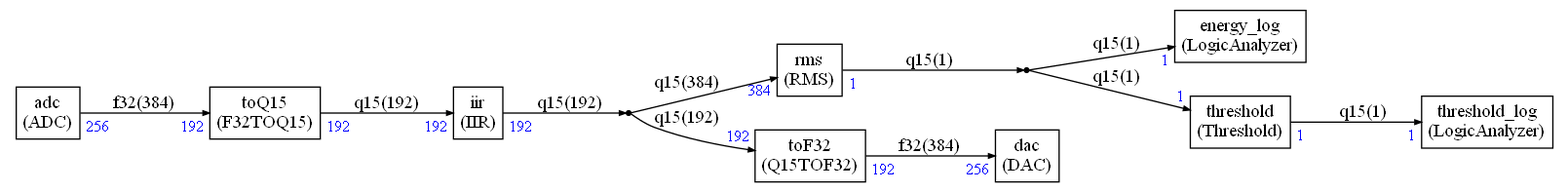
Arm-Examples/CMSIS-Stream-PoC keeps this Graphviz diagram as ComputeGraph/Pictures/graph_with_higher_latency.png. Above is the earlier version. Its source is kept beside it as ComputeGraph/Pictures/graph_with_higher_latency.dot.
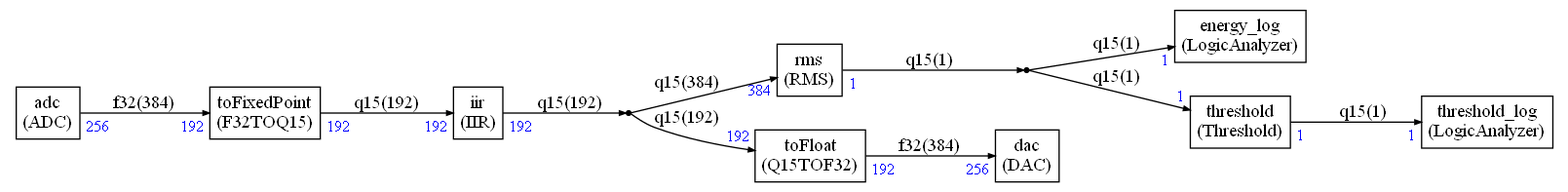
After the change.

Diff of the diagram source:
```diff
@@ -58,35 +58,35 @@
   </TR>
 </TABLE>>];
 
-toF32 [label=<
+toFixedPoint [label=<
 <TABLE BORDER="0" CELLBORDER="1" CELLSPACING="0" CELLPADDING="4">
   <TR>
-    <TD ALIGN="CENTER" PORT="i">toF32<BR/>(Q15TOF32)</TD>
+    <TD ALIGN="CENTER" PORT="i">toFixedPoint<BR/>(F32TOQ15)</TD>
   </TR>
 </TABLE>>];
 
-toQ15 [label=<
+toFloat [label=<
 <TABLE BORDER="0" CELLBORDER="1" CELLSPACING="0" CELLPADDING="4">
   <TR>
-    <TD ALIGN="CENTER" PORT="i">toQ15<BR/>(F32TOQ15)</TD>
+    <TD ALIGN="CENTER" PORT="i">toFloat<BR/>(Q15TOF32)</TD>
   </TR>
 </TABLE>>];
 
 
 
-adc:i -> toQ15:i [label="f32(384)"
+adc:i -> toFixedPoint:i [label="f32(384)"
 ,headlabel=<<TABLE BORDER="0" CELLPADDING="2"><TR><TD><FONT COLOR="blue" POINT-SIZE="12.0" >192</FONT>
 </TD></TR></TABLE>>
 ,taillabel=<<TABLE BORDER="0" CELLPADDING="2"><TR><TD><FONT COLOR="blue" POINT-SIZE="12.0" >256</FONT>
 </TD></TR></TABLE>>]
 
-toQ15:i -> iir:i [label="q15(192)"
+toFixedPoint:i -> iir:i [label="q15(192)"
 ,headlabel=<<TABLE BORDER="0" CELLPADDING="2"><TR><TD><FONT COLOR="blue" POINT-SIZE="12.0" >192</FONT>
 </TD></TR></TABLE>>
 ,taillabel=<<TABLE BORDER="0" CELLPADDING="2"><TR><TD><FONT COLOR="blue" POINT-SIZE="12.0" >192</FONT>
 </TD></TR></TABLE>>]
 
-toF32:i -> dac:i [label="f32(384)"
+toFloat:i -> dac:i [label="f32(384)"
 ,headlabel=<<TABLE BORDER="0" CELLPADDING="2"><TR><TD><FONT COLOR="blue" POINT-SIZE="12.0" >256</FONT>
 </TD></TR></TABLE>>
 ,taillabel=<<TABLE BORDER="0" CELLPADDING="2"><TR><TD><FONT COLOR="blue" POINT-SIZE="12.0" >192</FONT>
@@ -105,7 +105,7 @@
 </TD></TR></TABLE>>]
 
 
-dup0 -> toF32:i [label="q15(192)"
+dup0 -> toFloat:i [label="q15(192)"
 ,headlabel=<<TABLE BORDER="0" CELLPADDING="2"><TR><TD><FONT COLOR="blue" POINT-SIZE="12.0" >192</FONT>
 </TD></TR></TABLE>>
 ]
```
